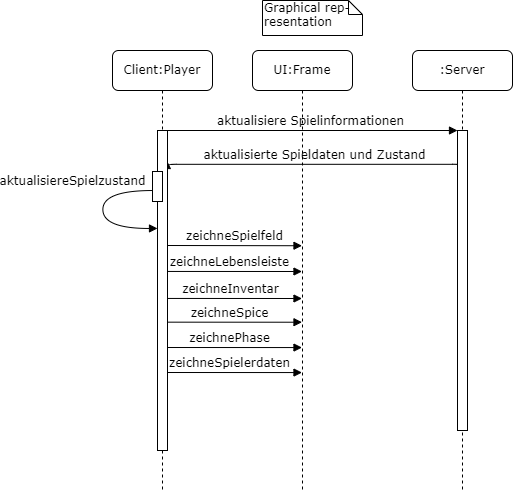
The draw.io diagram Documentation/Requirement_specification_document/images/SQ_Spielfeld.png in LeverageAlex/DuneRTS, before a commit. Source tidied: cells renumbered, new cells last; positions are measured from the earlier drawing's top-left corner, leaving out a move shared by most shapes. The source it was exported from:
```xml
<mxGraphModel>
  <root>
    <mxCell id="0" />
    <mxCell id="1" parent="0" />
    <mxCell id="2" value="zeichneSpice" style="html=1;verticalAlign=bottom;endArrow=block;labelBackgroundColor=none;fontFamily=Verdana;fontSize=12;edgeStyle=elbowEdgeStyle;elbow=vertical;exitX=0.5;exitY=0.239;exitDx=0;exitDy=0;exitPerimeter=0;" parent="1" edge="1" target="7">
      <mxGeometry relative="1" as="geometry">
        <mxPoint x="55" y="321.7" as="sourcePoint" />
        <Array as="points">
          <mxPoint x="160" y="321.7" />
        </Array>
      </mxGeometry>
    </mxCell>
    <mxCell id="3" value="zeichnePhase" style="html=1;verticalAlign=bottom;endArrow=block;labelBackgroundColor=none;fontFamily=Verdana;fontSize=12;edgeStyle=elbowEdgeStyle;elbow=vertical;exitX=0.5;exitY=0.239;exitDx=0;exitDy=0;exitPerimeter=0;" parent="1" edge="1" target="7">
      <mxGeometry relative="1" as="geometry">
        <mxPoint x="55" y="347" as="sourcePoint" />
        <Array as="points">
          <mxPoint x="160" y="347.1" />
        </Array>
      </mxGeometry>
    </mxCell>
    <mxCell id="4" value="zeichneInventar" style="html=1;verticalAlign=bottom;endArrow=block;labelBackgroundColor=none;fontFamily=Verdana;fontSize=12;edgeStyle=elbowEdgeStyle;elbow=vertical;exitX=0.5;exitY=0.239;exitDx=0;exitDy=0;exitPerimeter=0;" parent="1" edge="1" target="7">
      <mxGeometry relative="1" as="geometry">
        <mxPoint x="56" y="297.9" as="sourcePoint" />
        <Array as="points">
          <mxPoint x="161" y="298" />
        </Array>
      </mxGeometry>
    </mxCell>
    <mxCell id="5" value="zeichneLebensleiste" style="html=1;verticalAlign=bottom;endArrow=block;labelBackgroundColor=none;fontFamily=Verdana;fontSize=12;edgeStyle=elbowEdgeStyle;elbow=vertical;exitX=0.5;exitY=0.239;exitDx=0;exitDy=0;exitPerimeter=0;" parent="1" edge="1" target="7">
      <mxGeometry relative="1" as="geometry">
        <mxPoint x="55" y="270.9" as="sourcePoint" />
        <Array as="points">
          <mxPoint x="160" y="271" />
        </Array>
      </mxGeometry>
    </mxCell>
    <mxCell id="6" value="aktualisierte Spieldaten und Zustand" style="html=1;verticalAlign=bottom;endArrow=none;labelBackgroundColor=none;fontFamily=Verdana;fontSize=12;edgeStyle=elbowEdgeStyle;elbow=vertical;endFill=0;startArrow=block;startFill=1;entryX=0.5;entryY=0.125;entryDx=0;entryDy=0;entryPerimeter=0;" parent="1" edge="1" target="10">
      <mxGeometry relative="1" as="geometry">
        <mxPoint x="64.4" y="160" as="sourcePoint" />
      </mxGeometry>
    </mxCell>
    <mxCell id="7" value="UI:Frame" style="shape=umlLifeline;perimeter=lifelinePerimeter;whiteSpace=wrap;html=1;outlineConnect=0;rounded=1;shadow=0;comic=0;labelBackgroundColor=none;strokeWidth=1;fontFamily=Verdana;fontSize=12;align=center;" parent="1" vertex="1">
      <mxGeometry x="150" y="50" width="100" height="440" as="geometry" />
    </mxCell>
    <mxCell id="8" value="zeichneSpielerdaten" style="html=1;verticalAlign=bottom;endArrow=block;labelBackgroundColor=none;fontFamily=Verdana;fontSize=12;edgeStyle=elbowEdgeStyle;elbow=vertical;exitX=0.5;exitY=0.239;exitDx=0;exitDy=0;exitPerimeter=0;" parent="7" edge="1" target="7">
      <mxGeometry relative="1" as="geometry">
        <mxPoint x="-95" y="322" as="sourcePoint" />
        <Array as="points">
          <mxPoint x="10" y="322.1" />
        </Array>
      </mxGeometry>
    </mxCell>
    <mxCell id="9" value=":Server" style="shape=umlLifeline;perimeter=lifelinePerimeter;whiteSpace=wrap;html=1;rounded=1;shadow=0;comic=0;labelBackgroundColor=none;strokeWidth=1;fontFamily=Verdana;fontSize=12;align=center;" parent="1" vertex="1">
      <mxGeometry x="310" y="50" width="100" height="440" as="geometry" />
    </mxCell>
    <mxCell id="10" style="html=1;points=[];perimeter=orthogonalPerimeter;rounded=0;shadow=0;comic=0;labelBackgroundColor=none;strokeWidth=1;fontFamily=Verdana;fontSize=12;align=center;" parent="9" vertex="1">
      <mxGeometry x="45" y="80" width="10" height="300" as="geometry" />
    </mxCell>
    <mxCell id="11" value="Client:Player" style="shape=umlLifeline;perimeter=lifelinePerimeter;whiteSpace=wrap;html=1;outlineConnect=0;rounded=1;shadow=0;comic=0;labelBackgroundColor=none;strokeWidth=1;fontFamily=Verdana;fontSize=12;align=center;" parent="1" vertex="1">
      <mxGeometry x="10" y="50" width="100" height="440" as="geometry" />
    </mxCell>
    <mxCell id="12" style="html=1;perimeter=orthogonalPerimeter;rounded=0;shadow=0;comic=0;labelBackgroundColor=none;strokeWidth=1;fontFamily=Verdana;fontSize=12;align=center;" parent="11" vertex="1">
      <mxGeometry x="45" y="80" width="10" height="320" as="geometry" />
    </mxCell>
    <mxCell id="13" style="html=1;perimeter=orthogonalPerimeter;rounded=0;shadow=0;comic=0;labelBackgroundColor=none;strokeWidth=1;fontFamily=Verdana;fontSize=12;align=center;" parent="11" vertex="1">
      <mxGeometry x="40" y="121" width="10" height="30" as="geometry" />
    </mxCell>
    <mxCell id="14" value="aktualisiereSpielzustand" style="html=1;verticalAlign=bottom;endArrow=block;labelBackgroundColor=none;fontFamily=Verdana;fontSize=12;elbow=vertical;edgeStyle=orthogonalEdgeStyle;curved=1;entryX=1;entryY=0.286;entryPerimeter=0;exitX=1.038;exitY=0.345;exitPerimeter=0;" parent="11" edge="1">
      <mxGeometry x="-0.3" y="-30" relative="1" as="geometry">
        <mxPoint x="40.4" y="140" as="sourcePoint" />
        <mxPoint x="45" y="178" as="targetPoint" />
        <Array as="points">
          <mxPoint x="-9.6" y="140" />
          <mxPoint x="-9.6" y="178" />
        </Array>
      </mxGeometry>
    </mxCell>
    <mxCell id="15" value="zeichneSpielfeld" style="html=1;verticalAlign=bottom;endArrow=block;labelBackgroundColor=none;fontFamily=Verdana;fontSize=12;edgeStyle=elbowEdgeStyle;elbow=vertical;" parent="1" edge="1" target="7">
      <mxGeometry relative="1" as="geometry">
        <mxPoint x="65" y="245" as="sourcePoint" />
      </mxGeometry>
    </mxCell>
    <mxCell id="16" value="aktualisiere Spielinformationen" style="html=1;verticalAlign=bottom;endArrow=block;entryX=0;entryY=0;labelBackgroundColor=none;fontFamily=Verdana;fontSize=12;edgeStyle=elbowEdgeStyle;elbow=vertical;" parent="1" edge="1" source="11" target="10">
      <mxGeometry relative="1" as="geometry" />
    </mxCell>
    <mxCell id="17" value="Graphical rep-&lt;br&gt;resentation" style="shape=note;whiteSpace=wrap;html=1;size=14;verticalAlign=top;align=left;spacingTop=-6;rounded=0;shadow=0;comic=0;labelBackgroundColor=none;strokeWidth=1;fontFamily=Verdana;fontSize=12;" parent="1" vertex="1">
      <mxGeometry x="160" width="100" height="35" as="geometry" />
    </mxCell>
  </root>
</mxGraphModel>
```
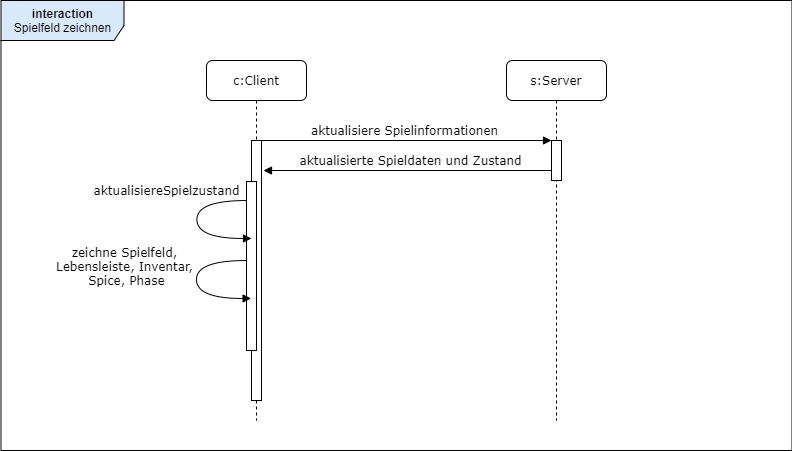
The same file after the commit.

What changed in the source:
```diff
@@ -2,68 +2,32 @@
   <root>
     <mxCell id="0" />
     <mxCell id="1" parent="0" />
-    <mxCell id="2" value="zeichneSpice" style="html=1;verticalAlign=bottom;endArrow=block;labelBackgroundColor=none;fontFamily=Verdana;fontSize=12;edgeStyle=elbowEdgeStyle;elbow=vertical;exitX=0.5;exitY=0.239;exitDx=0;exitDy=0;exitPerimeter=0;" parent="1" edge="1" target="7">
-      <mxGeometry relative="1" as="geometry">
-        <mxPoint x="55" y="321.7" as="sourcePoint" />
-        <Array as="points">
-          <mxPoint x="160" y="321.7" />
-        </Array>
-      </mxGeometry>
-    </mxCell>
-    <mxCell id="3" value="zeichnePhase" style="html=1;verticalAlign=bottom;endArrow=block;labelBackgroundColor=none;fontFamily=Verdana;fontSize=12;edgeStyle=elbowEdgeStyle;elbow=vertical;exitX=0.5;exitY=0.239;exitDx=0;exitDy=0;exitPerimeter=0;" parent="1" edge="1" target="7">
-      <mxGeometry relative="1" as="geometry">
-        <mxPoint x="55" y="347" as="sourcePoint" />
-        <Array as="points">
-          <mxPoint x="160" y="347.1" />
-        </Array>
-      </mxGeometry>
-    </mxCell>
-    <mxCell id="4" value="zeichneInventar" style="html=1;verticalAlign=bottom;endArrow=block;labelBackgroundColor=none;fontFamily=Verdana;fontSize=12;edgeStyle=elbowEdgeStyle;elbow=vertical;exitX=0.5;exitY=0.239;exitDx=0;exitDy=0;exitPerimeter=0;" parent="1" edge="1" target="7">
-      <mxGeometry relative="1" as="geometry">
-        <mxPoint x="56" y="297.9" as="sourcePoint" />
-        <Array as="points">
-          <mxPoint x="161" y="298" />
-        </Array>
-      </mxGeometry>
-    </mxCell>
-    <mxCell id="5" value="zeichneLebensleiste" style="html=1;verticalAlign=bottom;endArrow=block;labelBackgroundColor=none;fontFamily=Verdana;fontSize=12;edgeStyle=elbowEdgeStyle;elbow=vertical;exitX=0.5;exitY=0.239;exitDx=0;exitDy=0;exitPerimeter=0;" parent="1" edge="1" target="7">
-      <mxGeometry relative="1" as="geometry">
-        <mxPoint x="55" y="270.9" as="sourcePoint" />
-        <Array as="points">
-          <mxPoint x="160" y="271" />
-        </Array>
-      </mxGeometry>
-    </mxCell>
+    <mxCell id="18" value="&lt;b&gt;interaction&lt;/b&gt;&lt;br&gt;Spielfeld zeichnen" style="shape=umlFrame;whiteSpace=wrap;html=1;width=123;height=40;fillColor=#dae8fc;strokeColor=#000000;" parent="1" vertex="1">
+      <mxGeometry x="-195.5" y="-10" width="791" height="450" as="geometry" />
+    </mxCell>
-    <mxCell id="6" value="aktualisierte Spieldaten und Zustand" style="html=1;verticalAlign=bottom;endArrow=none;labelBackgroundColor=none;fontFamily=Verdana;fontSize=12;edgeStyle=elbowEdgeStyle;elbow=vertical;endFill=0;startArrow=block;startFill=1;entryX=0.5;entryY=0.125;entryDx=0;entryDy=0;entryPerimeter=0;" parent="1" edge="1" target="10">
+    <mxCell id="6" value="aktualisierte Spieldaten und Zustand" style="html=1;verticalAlign=bottom;endArrow=none;labelBackgroundColor=none;fontFamily=Verdana;fontSize=12;edgeStyle=elbowEdgeStyle;elbow=vertical;endFill=0;startArrow=block;startFill=1;" parent="1" edge="1">
       <mxGeometry relative="1" as="geometry">
-        <mxPoint x="64.4" y="160" as="sourcePoint" />
+        <mxPoint x="67" y="160" as="sourcePoint" />
+        <mxPoint x="360" y="160" as="targetPoint" />
+        <Array as="points">
+          <mxPoint x="360" y="160" />
+        </Array>
       </mxGeometry>
     </mxCell>
-    <mxCell id="7" value="UI:Frame" style="shape=umlLifeline;perimeter=lifelinePerimeter;whiteSpace=wrap;html=1;outlineConnect=0;rounded=1;shadow=0;comic=0;labelBackgroundColor=none;strokeWidth=1;fontFamily=Verdana;fontSize=12;align=center;" parent="1" vertex="1">
-      <mxGeometry x="150" y="50" width="100" height="440" as="geometry" />
-    </mxCell>
-    <mxCell id="8" value="zeichneSpielerdaten" style="html=1;verticalAlign=bottom;endArrow=block;labelBackgroundColor=none;fontFamily=Verdana;fontSize=12;edgeStyle=elbowEdgeStyle;elbow=vertical;exitX=0.5;exitY=0.239;exitDx=0;exitDy=0;exitPerimeter=0;" parent="7" edge="1" target="7">
-      <mxGeometry relative="1" as="geometry">
-        <mxPoint x="-95" y="322" as="sourcePoint" />
-        <Array as="points">
-          <mxPoint x="10" y="322.1" />
-        </Array>
-      </mxGeometry>
-    </mxCell>
-    <mxCell id="9" value=":Server" style="shape=umlLifeline;perimeter=lifelinePerimeter;whiteSpace=wrap;html=1;rounded=1;shadow=0;comic=0;labelBackgroundColor=none;strokeWidth=1;fontFamily=Verdana;fontSize=12;align=center;" parent="1" vertex="1">
-      <mxGeometry x="310" y="50" width="100" height="440" as="geometry" />
+    <mxCell id="9" value="s:Server" style="shape=umlLifeline;perimeter=lifelinePerimeter;whiteSpace=wrap;html=1;rounded=1;shadow=0;comic=0;labelBackgroundColor=none;strokeWidth=1;fontFamily=Verdana;fontSize=12;align=center;" parent="1" vertex="1">
+      <mxGeometry x="310" y="50" width="100" height="360" as="geometry" />
     </mxCell>
     <mxCell id="10" style="html=1;points=[];perimeter=orthogonalPerimeter;rounded=0;shadow=0;comic=0;labelBackgroundColor=none;strokeWidth=1;fontFamily=Verdana;fontSize=12;align=center;" parent="9" vertex="1">
-      <mxGeometry x="45" y="80" width="10" height="300" as="geometry" />
+      <mxGeometry x="45" y="80" width="10" height="40" as="geometry" />
     </mxCell>
-    <mxCell id="11" value="Client:Player" style="shape=umlLifeline;perimeter=lifelinePerimeter;whiteSpace=wrap;html=1;outlineConnect=0;rounded=1;shadow=0;comic=0;labelBackgroundColor=none;strokeWidth=1;fontFamily=Verdana;fontSize=12;align=center;" parent="1" vertex="1">
-      <mxGeometry x="10" y="50" width="100" height="440" as="geometry" />
+    <mxCell id="11" value="c:Client" style="shape=umlLifeline;perimeter=lifelinePerimeter;whiteSpace=wrap;html=1;outlineConnect=0;rounded=1;shadow=0;comic=0;labelBackgroundColor=none;strokeWidth=1;fontFamily=Verdana;fontSize=12;align=center;" parent="1" vertex="1">
+      <mxGeometry x="10" y="50" width="100" height="360" as="geometry" />
     </mxCell>
     <mxCell id="12" style="html=1;perimeter=orthogonalPerimeter;rounded=0;shadow=0;comic=0;labelBackgroundColor=none;strokeWidth=1;fontFamily=Verdana;fontSize=12;align=center;" parent="11" vertex="1">
-      <mxGeometry x="45" y="80" width="10" height="320" as="geometry" />
+      <mxGeometry x="45" y="80" width="10" height="260" as="geometry" />
     </mxCell>
     <mxCell id="13" style="html=1;perimeter=orthogonalPerimeter;rounded=0;shadow=0;comic=0;labelBackgroundColor=none;strokeWidth=1;fontFamily=Verdana;fontSize=12;align=center;" parent="11" vertex="1">
-      <mxGeometry x="40" y="121" width="10" height="30" as="geometry" />
+      <mxGeometry x="40" y="121" width="10" height="169" as="geometry" />
     </mxCell>
     <mxCell id="14" value="aktualisiereSpielzustand" style="html=1;verticalAlign=bottom;endArrow=block;labelBackgroundColor=none;fontFamily=Verdana;fontSize=12;elbow=vertical;edgeStyle=orthogonalEdgeStyle;curved=1;entryX=1;entryY=0.286;entryPerimeter=0;exitX=1.038;exitY=0.345;exitPerimeter=0;" parent="11" edge="1">
       <mxGeometry x="-0.3" y="-30" relative="1" as="geometry">
@@ -75,16 +39,18 @@
         </Array>
       </mxGeometry>
     </mxCell>
-    <mxCell id="15" value="zeichneSpielfeld" style="html=1;verticalAlign=bottom;endArrow=block;labelBackgroundColor=none;fontFamily=Verdana;fontSize=12;edgeStyle=elbowEdgeStyle;elbow=vertical;" parent="1" edge="1" target="7">
-      <mxGeometry relative="1" as="geometry">
-        <mxPoint x="65" y="245" as="sourcePoint" />
-      </mxGeometry>
-    </mxCell>
     <mxCell id="16" value="aktualisiere Spielinformationen" style="html=1;verticalAlign=bottom;endArrow=block;entryX=0;entryY=0;labelBackgroundColor=none;fontFamily=Verdana;fontSize=12;edgeStyle=elbowEdgeStyle;elbow=vertical;" parent="1" edge="1" source="11" target="10">
       <mxGeometry relative="1" as="geometry" />
     </mxCell>
-    <mxCell id="17" value="Graphical rep-&lt;br&gt;resentation" style="shape=note;whiteSpace=wrap;html=1;size=14;verticalAlign=top;align=left;spacingTop=-6;rounded=0;shadow=0;comic=0;labelBackgroundColor=none;strokeWidth=1;fontFamily=Verdana;fontSize=12;" parent="1" vertex="1">
-      <mxGeometry x="160" width="100" height="35" as="geometry" />
-    </mxCell>
+    <mxCell id="19" value="zeichne Spielfeld,&amp;nbsp;&lt;br&gt;Lebensleiste, Inventar,&amp;nbsp;&lt;br&gt;Spice, Phase" style="html=1;verticalAlign=bottom;endArrow=block;labelBackgroundColor=none;fontFamily=Verdana;fontSize=12;elbow=vertical;edgeStyle=orthogonalEdgeStyle;curved=1;entryX=1;entryY=0.286;entryPerimeter=0;exitX=1.038;exitY=0.345;exitPerimeter=0;" parent="1" edge="1">
+      <mxGeometry x="0.12" y="-70" relative="1" as="geometry">
+        <mxPoint x="50" y="250" as="sourcePoint" />
+        <mxPoint x="54.6" y="288" as="targetPoint" />
+        <Array as="points">
+          <mxPoint y="250" />
+          <mxPoint y="288" />
+        </Array>
+      </mxGeometry>
+    </mxCell>
   </root>
 </mxGraphModel>
```
